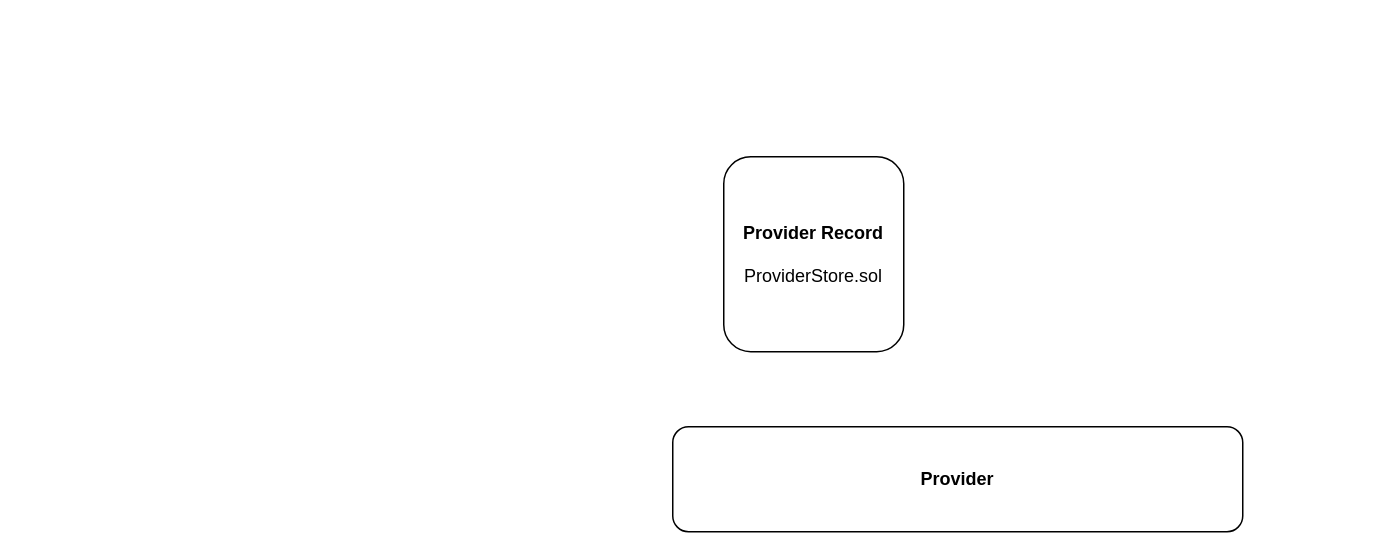
Earlier version of the draw.io diagram Untitled Diagram.drawio (pedroafleite/airnode-aggregator). Source tidied: cells renumbered, new cells numbered last; positions are measured from the earlier drawing's top-left corner, leaving out a move shared by most shapes. Both pictures are drawn from the tidied source at 150%, with x=0, y=0 at pixel (672, 156). Pictures stored in the file or linked from it are replaced by grey dashed boxes.
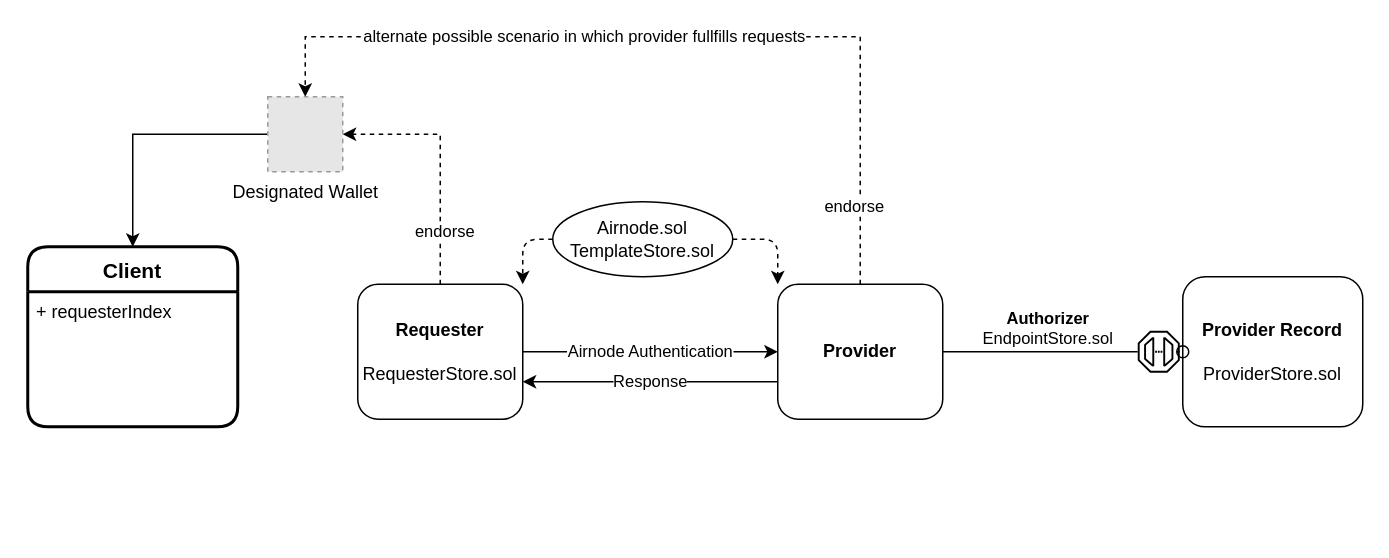
Above is the later version.

What changed in the source:
```diff
@@
+    <mxCell id="4" value="Response" style="edgeStyle=orthogonalEdgeStyle;rounded=0;jettySize=auto;html=1;labelBackgroundColor=#FFFFFF;" parent="1" edge="1" source="2" target="12">
+      <mxGeometry relative="1" as="geometry">
+        <Array as="points">
+          <mxPoint x="20" y="150" />
+          <mxPoint x="20" y="150" />
+        </Array>
+      </mxGeometry>
+    </mxCell>
+    <mxCell id="5" style="edgeStyle=orthogonalEdgeStyle;rounded=0;jettySize=auto;html=1;labelBackgroundColor=#FFFFFF;dashed=1;" parent="1" edge="1" source="2" target="18">
+      <mxGeometry relative="1" as="geometry">
+        <Array as="points">
+          <mxPoint x="125" y="-80" />
+          <mxPoint x="-245" y="-80" />
+        </Array>
+      </mxGeometry>
+    </mxCell>
+    <mxCell id="6" value="alternate possible scenario in which provider fullfills requests" style="edgeLabel;html=1;align=center;verticalAlign=middle;" parent="5" vertex="1">
+      <mxGeometry y="-1" relative="1" as="geometry">
+        <mxPoint x="-62" as="offset" />
+      </mxGeometry>
+    </mxCell>
+    <mxCell id="7" value="endorse" style="edgeLabel;html=1;align=center;verticalAlign=middle;" parent="5" vertex="1">
+      <mxGeometry x="-0.82" y="-4" relative="1" as="geometry">
+        <mxPoint x="-9" y="-1" as="offset" />
+      </mxGeometry>
+    </mxCell>
     <mxCell id="2" value="&lt;b&gt;Provider&lt;/b&gt;" style="rounded=1;whiteSpace=wrap;html=1;" parent="1" vertex="1">
-      <mxGeometry y="180" width="380" height="70" as="geometry" />
+      <mxGeometry x="70" y="85" width="110" height="90" as="geometry" />
     </mxCell>
-    <mxCell id="3" value="&lt;b&gt;Provider Record&lt;/b&gt;&lt;br&gt;&lt;br&gt;ProviderStore.sol" style="rounded=1;whiteSpace=wrap;html=1;" parent="1" vertex="1">
-      <mxGeometry x="34" width="120" height="130" as="geometry" />
+    <mxCell id="3" value="&lt;b&gt;Provider Record&lt;br&gt;&lt;/b&gt;&lt;br&gt;ProviderStore.sol" style="rounded=1;whiteSpace=wrap;html=1;" parent="1" vertex="1">
+      <mxGeometry x="340" y="80" width="120" height="100" as="geometry" />
     </mxCell>
+    <mxCell id="8" value="&lt;span style=&quot;background-color: rgb(255 , 255 , 255)&quot;&gt;&lt;b&gt;Authorizer&lt;/b&gt;&lt;br&gt;EndpointStore.sol&lt;br&gt;&lt;/span&gt;" style="html=1;verticalAlign=bottom;labelBackgroundColor=none;endArrow=oval;endFill=0;endSize=8;rounded=0;entryX=0;entryY=0.5;entryDx=0;entryDy=0;startArrow=none;" parent="1" edge="1" source="13" target="3">
+      <mxGeometry x="-1" y="-88" relative="1" as="geometry">
+        <mxPoint x="-88" y="-88" as="offset" />
+      </mxGeometry>
+    </mxCell>
+    <mxCell id="9" value="Airnode Authentication" style="edgeStyle=orthogonalEdgeStyle;rounded=0;jettySize=auto;html=1;labelBackgroundColor=#FFFFFF;" parent="1" edge="1" source="12" target="2">
+      <mxGeometry relative="1" as="geometry" />
+    </mxCell>
+    <mxCell id="10" style="edgeStyle=orthogonalEdgeStyle;rounded=0;jettySize=auto;html=1;entryX=1;entryY=0.5;entryDx=0;entryDy=0;dashed=1;labelBackgroundColor=#FFFFFF;" parent="1" edge="1" source="12" target="18">
+      <mxGeometry relative="1" as="geometry">
+        <Array as="points">
+          <mxPoint x="-155" y="-15" />
+        </Array>
+      </mxGeometry>
+    </mxCell>
+    <mxCell id="11" value="endorse" style="edgeLabel;html=1;align=center;verticalAlign=middle;" parent="10" vertex="1">
+      <mxGeometry x="-0.55" y="-2" relative="1" as="geometry">
+        <mxPoint y="1" as="offset" />
+      </mxGeometry>
+    </mxCell>
+    <mxCell id="12" value="&lt;b&gt;Requester&lt;/b&gt;&lt;br&gt;&lt;br&gt;RequesterStore.sol" style="rounded=1;whiteSpace=wrap;html=1;" parent="1" vertex="1">
+      <mxGeometry x="-210" y="85" width="110" height="90" as="geometry" />
+    </mxCell>
+    <mxCell id="13" style="sketch=0;outlineConnect=0;fontColor=#232F3E;gradientColor=none;fillColor=#000000;strokeColor=none;dashed=0;verticalLabelPosition=bottom;verticalAlign=top;align=center;html=1;fontSize=12;fontStyle=0;shape=mxgraph.aws4.endpoint;" parent="1" vertex="1">
+      <mxGeometry x="310" y="116" width="28" height="28" as="geometry" />
+    </mxCell>
+    <mxCell id="14" style="html=1;verticalAlign=bottom;labelBackgroundColor=none;endArrow=none;endFill=0;endSize=8;rounded=0;entryX=0;entryY=0.5;entryDx=0;entryDy=0;" parent="1" edge="1" source="2" target="13">
+      <mxGeometry relative="1" as="geometry" />
+    </mxCell>
+    <mxCell id="15" value="Client" style="swimlane;horizontal=1;startSize=30;rounded=1;fontSize=14;fontStyle=1;strokeWidth=2;shadow=0;dashed=0;align=center;fillColor=default;" parent="1" vertex="1">
+      <mxGeometry x="-430" y="60" width="140" height="120" as="geometry" />
+    </mxCell>
+    <mxCell id="16" value="+ requesterIndex" style="align=left;strokeColor=none;fillColor=none;spacingLeft=4;fontSize=12;verticalAlign=top;" parent="15" vertex="1">
+      <mxGeometry y="30" width="140" height="90" as="geometry" />
+    </mxCell>
+    <mxCell id="17" style="edgeStyle=orthogonalEdgeStyle;rounded=0;jettySize=auto;html=1;labelBackgroundColor=#FFFFFF;exitX=0;exitY=0.5;exitDx=0;exitDy=0;" parent="1" edge="1" source="18" target="15">
+      <mxGeometry relative="1" as="geometry" />
+    </mxCell>
+    <mxCell id="18" value="Designated Wallet&lt;br&gt;" style="fillColor=#E6E6E6;strokeColor=#999999;dashed=1;html=1;verticalAlign=top;verticalLabelPosition=bottom;labelBackgroundColor=#ffffff;" parent="1" vertex="1">
+      <mxGeometry x="-270" y="-40" width="50" height="50" as="geometry" />
+    </mxCell>
+    <mxCell id="19" style="edgeStyle=orthogonalEdgeStyle;rounded=1;jettySize=auto;html=1;entryX=0;entryY=0;entryDx=0;entryDy=0;dashed=1;labelBackgroundColor=#FFFFFF;" parent="1" edge="1" source="21" target="2">
+      <mxGeometry relative="1" as="geometry" />
+    </mxCell>
+    <mxCell id="20" style="edgeStyle=orthogonalEdgeStyle;rounded=1;jettySize=auto;html=1;entryX=1;entryY=0;entryDx=0;entryDy=0;dashed=1;labelBackgroundColor=#FFFFFF;" parent="1" edge="1" source="21" target="12">
+      <mxGeometry relative="1" as="geometry" />
+    </mxCell>
+    <mxCell id="21" value="Airnode.sol&lt;br&gt;TemplateStore.sol" style="ellipse;whiteSpace=wrap;html=1;fillColor=default;" parent="1" vertex="1">
+      <mxGeometry x="-80" y="30" width="120" height="50" as="geometry" />
+    </mxCell>
```
